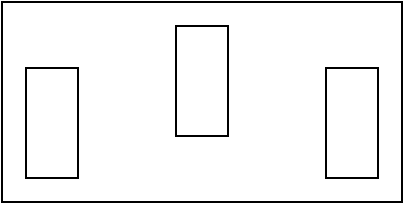
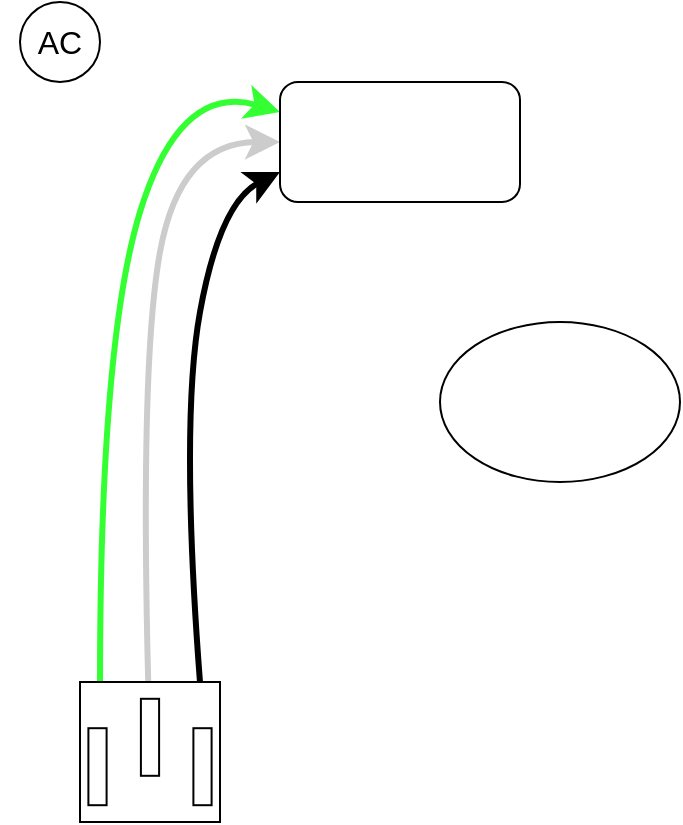
<mxfile host="app.diagrams.net" agent="Mozilla/5.0 (Macintosh; Intel Mac OS X 10_15_7) AppleWebKit/605.1.15 (KHTML, like Gecko) Version/18.1.1 Safari/605.1.15" version="25.0.3">
  <diagram name="Page-1" id="VlRkN-xOVygPYa-iD9Ir">
-     <mxGraphModel dx="890" dy="835" grid="1" gridSize="10" guides="1" tooltips="1" connect="1" arrows="1" fold="1" page="1" pageScale="1" pageWidth="1169" pageHeight="827" math="0" shadow="0">
+     <mxGraphModel dx="1881" dy="668" grid="1" gridSize="10" guides="1" tooltips="1" connect="1" arrows="1" fold="1" page="1" pageScale="1" pageWidth="1169" pageHeight="827" background="none" math="0" shadow="0">
      <root>
        <mxCell id="0" />
        <mxCell id="1" parent="0" />
+         <mxCell id="pD8juBFKP1GN8B8eYQTb-4" style="edgeStyle=none;curved=1;rounded=0;orthogonalLoop=1;jettySize=auto;html=1;entryX=0;entryY=0.5;entryDx=0;entryDy=0;fontSize=12;startSize=8;endSize=8;strokeColor=#CCCCCC;strokeWidth=3;" edge="1" parent="1" source="pD8juBFKP1GN8B8eYQTb-1" target="pD8juBFKP1GN8B8eYQTb-3">
+           <mxGeometry relative="1" as="geometry">
+             <Array as="points">
+               <mxPoint x="60" y="240" />
+               <mxPoint x="80" y="130" />
+             </Array>
+           </mxGeometry>
+         </mxCell>
+         <mxCell id="pD8juBFKP1GN8B8eYQTb-5" style="edgeStyle=none;curved=1;rounded=0;orthogonalLoop=1;jettySize=auto;html=1;fontSize=12;startSize=8;endSize=8;exitX=0.143;exitY=0;exitDx=0;exitDy=0;exitPerimeter=0;entryX=0;entryY=0.25;entryDx=0;entryDy=0;strokeColor=#33FF33;strokeWidth=3;" edge="1" parent="1" source="pD8juBFKP1GN8B8eYQTb-1" target="pD8juBFKP1GN8B8eYQTb-3">
+           <mxGeometry relative="1" as="geometry">
+             <mxPoint x="110" y="160" as="targetPoint" />
+             <mxPoint x="40" y="390" as="sourcePoint" />
+             <Array as="points">
+               <mxPoint x="40" y="230" />
+               <mxPoint x="80" y="100" />
+             </Array>
+           </mxGeometry>
+         </mxCell>
+         <mxCell id="pD8juBFKP1GN8B8eYQTb-6" style="edgeStyle=none;curved=1;rounded=0;orthogonalLoop=1;jettySize=auto;html=1;entryX=0;entryY=0.75;entryDx=0;entryDy=0;fontSize=12;startSize=8;endSize=8;exitX=0.857;exitY=0;exitDx=0;exitDy=0;exitPerimeter=0;strokeWidth=3;" edge="1" parent="1" source="pD8juBFKP1GN8B8eYQTb-1" target="pD8juBFKP1GN8B8eYQTb-3">
+           <mxGeometry relative="1" as="geometry">
+             <mxPoint x="90" y="390" as="sourcePoint" />
+             <Array as="points">
+               <mxPoint x="80" y="270" />
+               <mxPoint x="100" y="160" />
+             </Array>
+           </mxGeometry>
+         </mxCell>
        <mxCell id="pD8juBFKP1GN8B8eYQTb-1" value="" style="pointerEvents=1;verticalLabelPosition=bottom;shadow=0;dashed=0;align=center;html=1;verticalAlign=top;shape=mxgraph.electrical.miscellaneous.ac_out" vertex="1" parent="1">
-           <mxGeometry x="30" y="110" width="200" height="100" as="geometry" />
+           <mxGeometry x="30" y="400" width="70" height="70" as="geometry" />
+         </mxCell>
+         <mxCell id="pD8juBFKP1GN8B8eYQTb-3" value="" style="rounded=1;whiteSpace=wrap;html=1;" vertex="1" parent="1">
+           <mxGeometry x="130" y="100" width="120" height="60" as="geometry" />
+         </mxCell>
+         <mxCell id="pD8juBFKP1GN8B8eYQTb-9" value="" style="ellipse;whiteSpace=wrap;html=1;fillColor=none;" vertex="1" parent="1">
+           <mxGeometry y="60" width="40" height="40" as="geometry" />
+         </mxCell>
+         <mxCell id="pD8juBFKP1GN8B8eYQTb-11" value="AC" style="text;html=1;align=center;verticalAlign=middle;whiteSpace=wrap;rounded=0;fontSize=16;" vertex="1" parent="1">
+           <mxGeometry x="-10" y="65" width="60" height="30" as="geometry" />
+         </mxCell>
+         <mxCell id="pD8juBFKP1GN8B8eYQTb-13" value="" style="ellipse;whiteSpace=wrap;html=1;" vertex="1" parent="1">
+           <mxGeometry x="210" y="220" width="120" height="80" as="geometry" />
        </mxCell>
      </root>
    </mxGraphModel>
  </diagram>
</mxfile>
